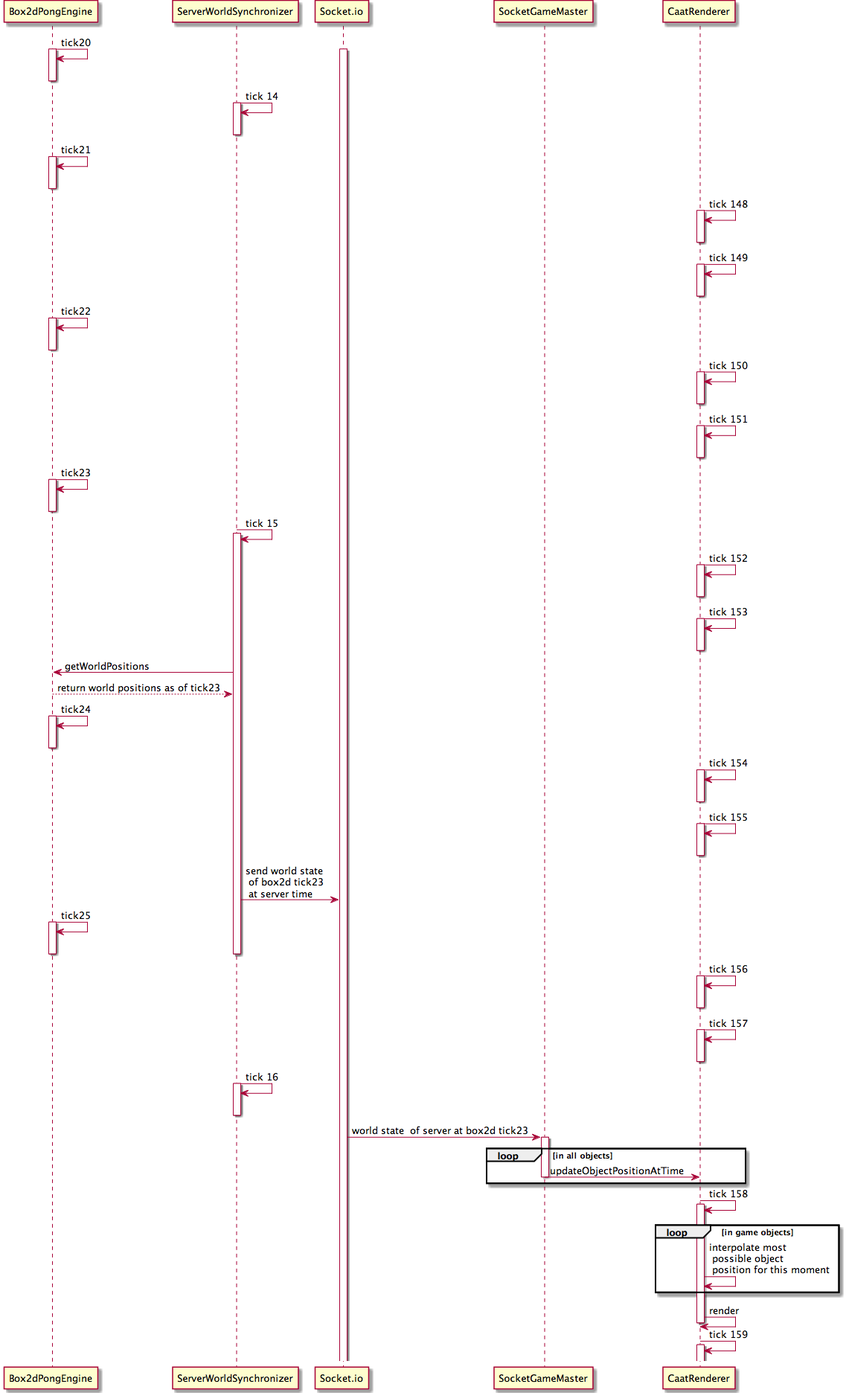
The PlantUML diagram documentation/world-update-sequence.png in bestander/pong-mmo-www, before a commit.
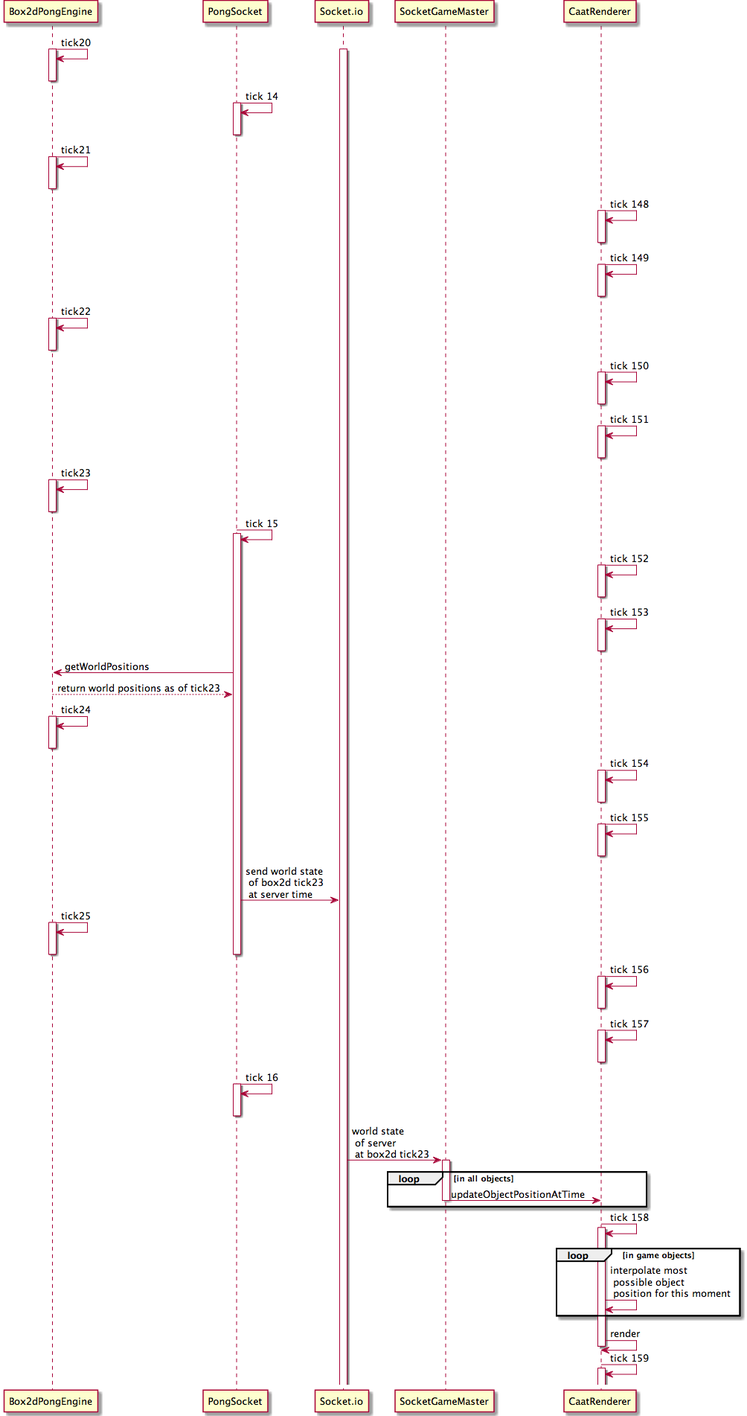
After the change.

What changed in the source:
```diff
@@ -1,10 +1,11 @@
 @startuml
 
 participant Box2dPongEngine
-participant ServerWorldSynchronizer
+participant PongSocket
 participant Socket.io
 participant SocketGameMaster
 participant CaatRenderer
+
 
 
 Box2dPongEngine->Box2dPongEngine: tick20
@@ -13,14 +14,13 @@
 
 activate Socket.io
 
-ServerWorldSynchronizer->ServerWorldSynchronizer: tick 14
-activate ServerWorldSynchronizer
-deactivate ServerWorldSynchronizer
+PongSocket->PongSocket: tick 14
+activate PongSocket
+deactivate PongSocket
 
 Box2dPongEngine->Box2dPongEngine: tick21
 activate Box2dPongEngine
 deactivate Box2dPongEngine
-
 CaatRenderer->CaatRenderer: tick 148
 activate CaatRenderer
 deactivate CaatRenderer
@@ -46,8 +46,8 @@
 activate Box2dPongEngine
 deactivate Box2dPongEngine
 
-ServerWorldSynchronizer->ServerWorldSynchronizer: tick 15
-activate ServerWorldSynchronizer
+PongSocket->PongSocket: tick 15
+activate PongSocket
 
 CaatRenderer->CaatRenderer: tick 152
 activate CaatRenderer
@@ -58,8 +58,8 @@
 deactivate CaatRenderer
 
 
-ServerWorldSynchronizer->Box2dPongEngine: getWorldPositions
-Box2dPongEngine-->ServerWorldSynchronizer: return world positions as of tick23
+PongSocket->Box2dPongEngine: getWorldPositions
+Box2dPongEngine-->PongSocket: return world positions as of tick23
 
 Box2dPongEngine->Box2dPongEngine: tick24
 activate Box2dPongEngine
@@ -74,13 +74,13 @@
 deactivate CaatRenderer
 
 
-ServerWorldSynchronizer->Socket.io: send world state \n of box2d tick23 \n at server time
+PongSocket->Socket.io: send world state \n of box2d tick23 \n at server time
 
 Box2dPongEngine->Box2dPongEngine: tick25
 activate Box2dPongEngine
 deactivate Box2dPongEngine
 
-deactivate ServerWorldSynchronizer
+deactivate PongSocket
 
 CaatRenderer->CaatRenderer: tick 156
 activate CaatRenderer
@@ -91,13 +91,12 @@
 deactivate CaatRenderer
 
 
-ServerWorldSynchronizer->ServerWorldSynchronizer: tick 16
-activate ServerWorldSynchronizer
-deactivate ServerWorldSynchronizer
+PongSocket->PongSocket: tick 16
+activate PongSocket
+deactivate PongSocket
 
-Socket.io->SocketGameMaster: world state  of server at box2d tick23
+Socket.io->SocketGameMaster: world state \n of server \n at box2d tick23
 activate SocketGameMaster
-
 
 loop in all objects
 SocketGameMaster->CaatRenderer: updateObjectPositionAtTime
@@ -114,5 +113,4 @@
 
 CaatRenderer->CaatRenderer: tick 159
 activate CaatRenderer
-
 @enduml
```
